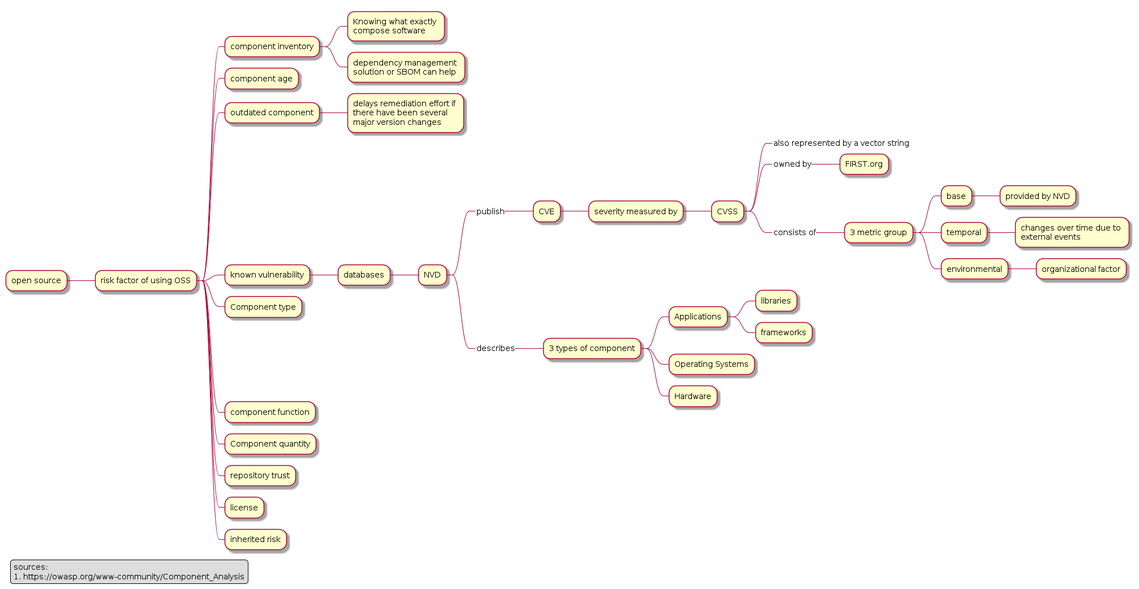
Earlier version of the PlantUML export mindmap/open-source-security.png (badalsarkar/notes).
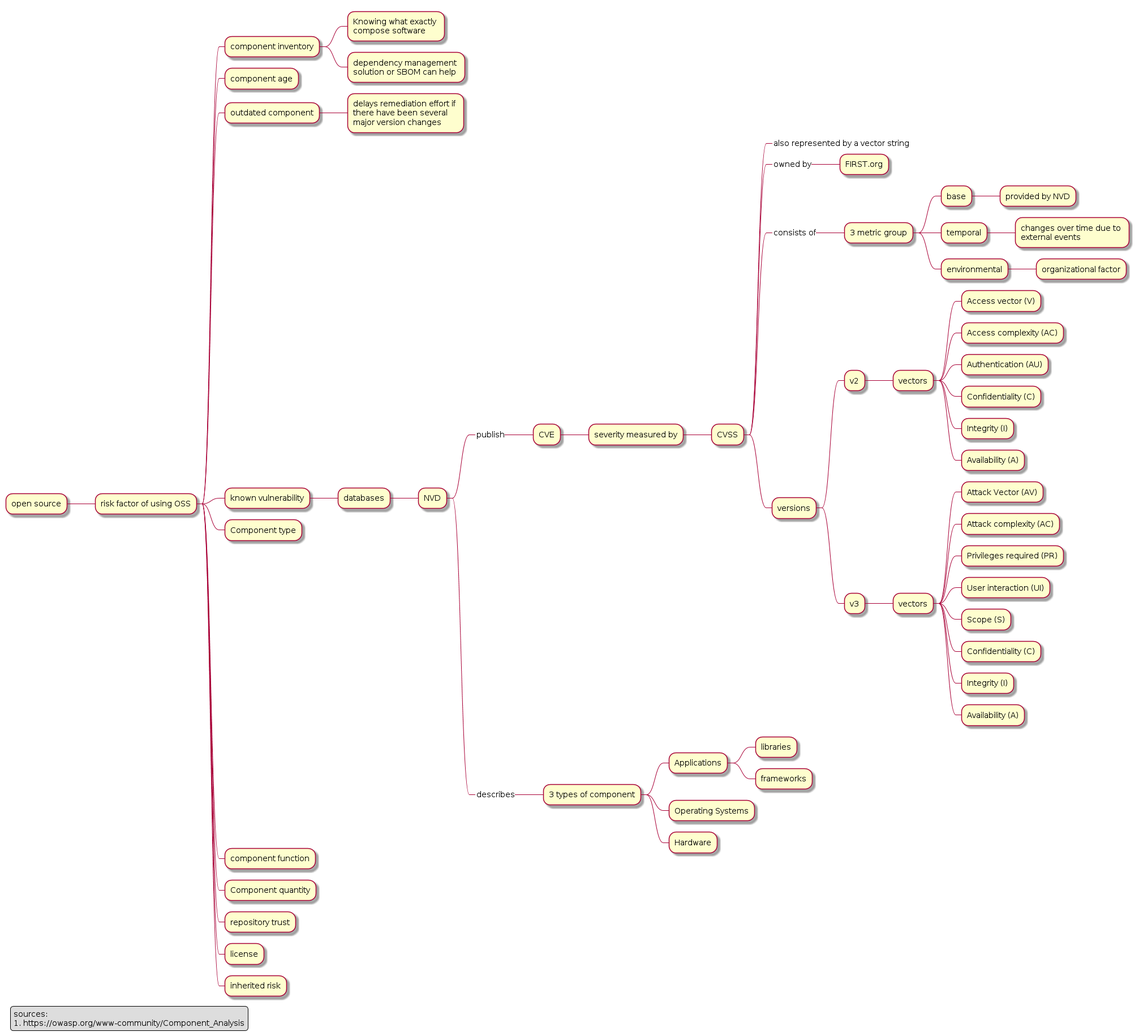
The same diagram one commit later.

Change to the diagram source:
```diff
@@ -31,6 +31,25 @@
 +++++++++++++ changes over time due to external events
 ++++++++++++ environmental
 +++++++++++++ organizational factor
+++++++++++ versions
++++++++++++ v2
+++++++++++++ vectors
++++++++++++++ Access vector (V)
++++++++++++++ Access complexity (AC)
++++++++++++++ Authentication (AU)
++++++++++++++ Confidentiality (C)
++++++++++++++ Integrity (I)
++++++++++++++ Availability (A)
++++++++++++ v3
+++++++++++++ vectors
++++++++++++++ Attack Vector (AV)
++++++++++++++ Attack complexity (AC)
++++++++++++++ Privileges required (PR)
++++++++++++++ User interaction (UI)
++++++++++++++ Scope (S)
++++++++++++++ Confidentiality (C)
++++++++++++++ Integrity (I)
++++++++++++++ Availability (A)
 ++++++_ describes
 +++++++ 3 types of component
 ++++++++ Applications
```
